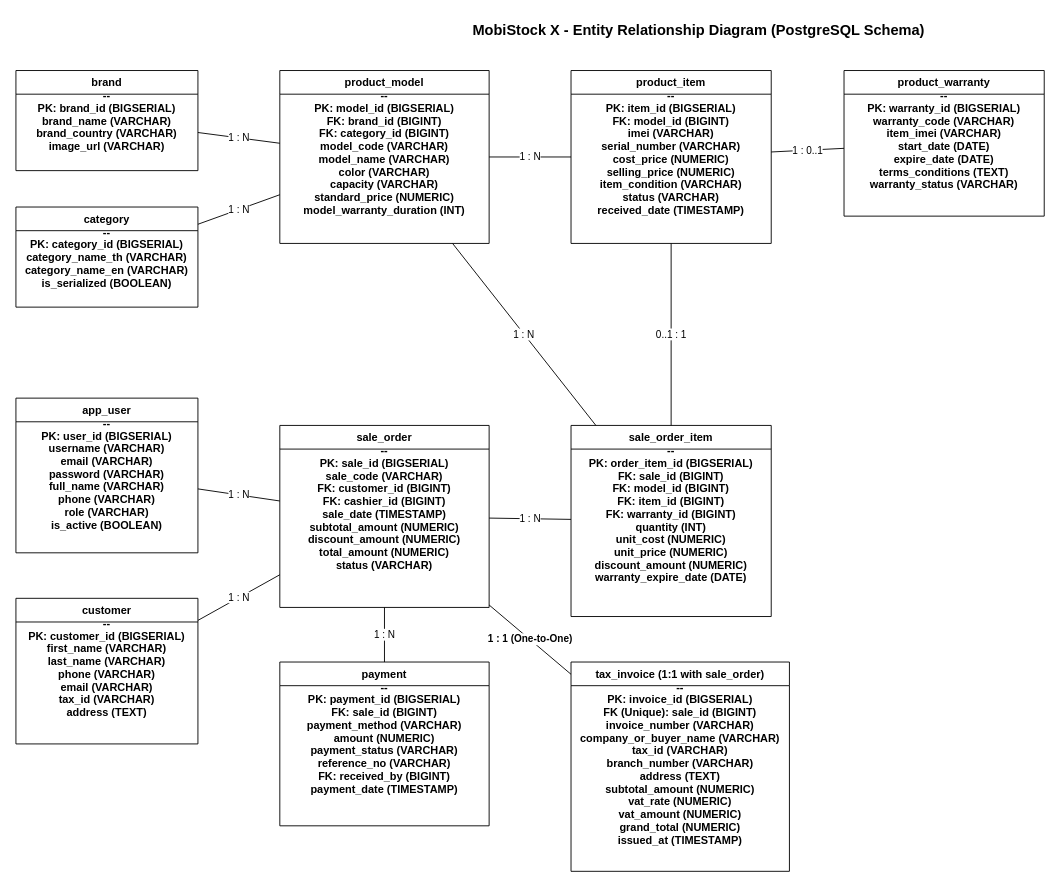
Before: doc/diagrams/06_er_diagram/er_diagram.drawio in B-bsw/MobiStockX, a draw.io diagram. Source tidied: cells renumbered, new cells numbered last; positions are measured from the earlier drawing's top-left corner, leaving out a move shared by most shapes. Both pictures are drawn from the tidied source at 91%, with x=0, y=0 at pixel (15, 15).
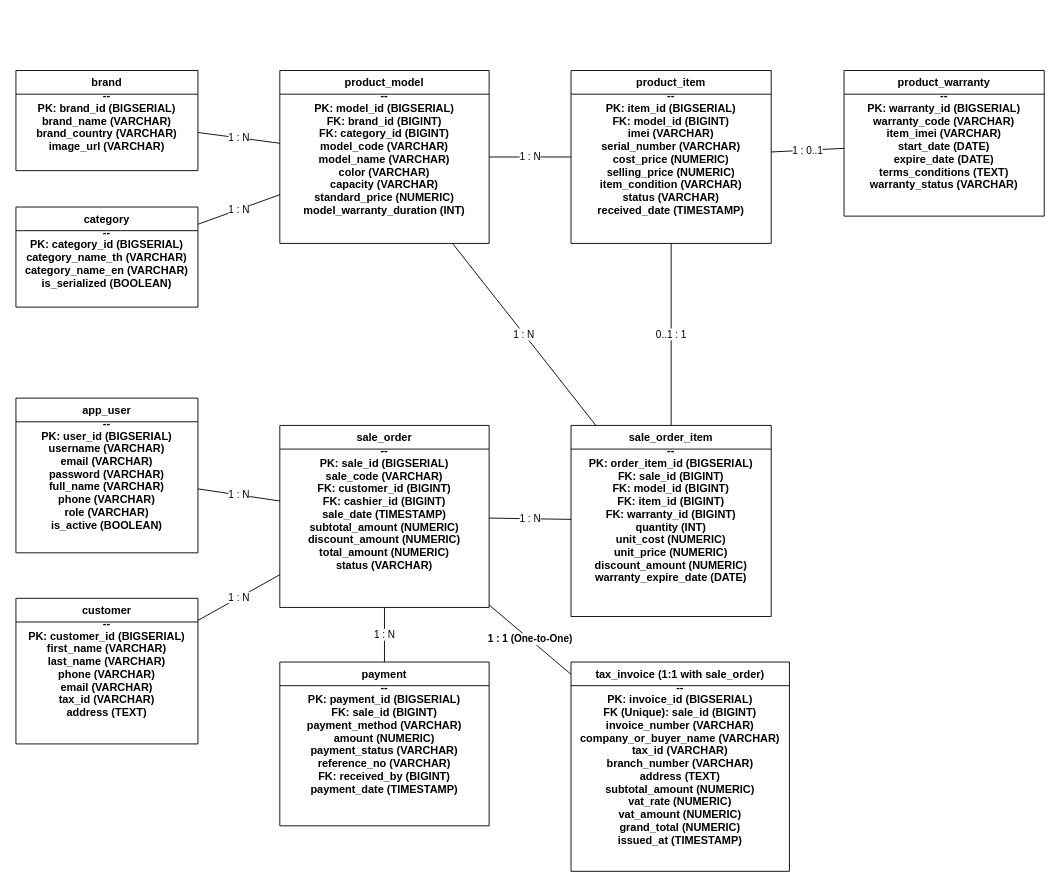
After the change.

Change to the diagram source:
```diff
@@
-    <mxCell id="2" value="MobiStock X - Entity Relationship Diagram (PostgreSQL Schema)" style="text;html=1;fontSize=16;fontStyle=1;align=center;verticalAlign=middle;fontColor=#000000;" parent="1" vertex="1">
-      <mxGeometry x="450" width="600" height="30" as="geometry" />
-    </mxCell>
```
